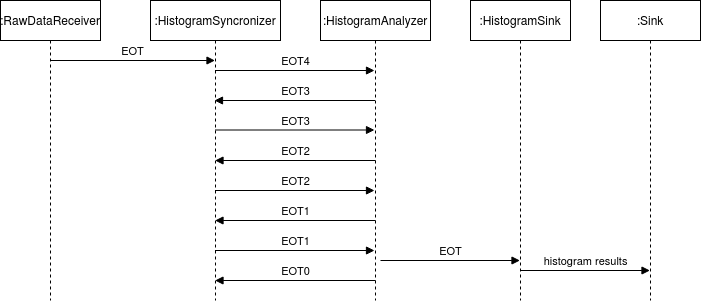
This is diagramas/secuencia hist.png from rozanecm/7574-tp2, a draw.io export, as it was before one commit. Source tidied: cells renumbered, new cells last; positions are measured from the earlier drawing's top-left corner, leaving out a move shared by most shapes. Its diagram source:
```xml
<mxGraphModel>
  <root>
    <mxCell id="0" />
    <mxCell id="1" parent="0" />
    <mxCell id="2" value=":HistogramSyncronizer" style="shape=umlLifeline;perimeter=lifelinePerimeter;whiteSpace=wrap;html=1;outlineConnect=0;" parent="1" vertex="1">
      <mxGeometry x="150" width="130" height="300" as="geometry" />
    </mxCell>
    <mxCell id="3" value=":RawDataReceiver" style="shape=umlLifeline;perimeter=lifelinePerimeter;whiteSpace=wrap;html=1;" parent="1" vertex="1">
      <mxGeometry width="100" height="300" as="geometry" />
    </mxCell>
    <mxCell id="4" value="EOT" style="html=1;verticalAlign=bottom;endArrow=block;" parent="3" edge="1" target="2">
      <mxGeometry relative="1" as="geometry">
        <mxPoint x="50" y="60" as="sourcePoint" />
      </mxGeometry>
    </mxCell>
    <mxCell id="5" value=":HistogramAnalyzer" style="shape=umlLifeline;perimeter=lifelinePerimeter;whiteSpace=wrap;html=1;" parent="1" vertex="1">
      <mxGeometry x="320" width="110" height="300" as="geometry" />
    </mxCell>
    <mxCell id="6" value="EOT3" style="html=1;verticalAlign=bottom;endArrow=block;" parent="1" edge="1">
      <mxGeometry relative="1" as="geometry">
        <mxPoint x="374.5" y="100" as="sourcePoint" />
        <mxPoint x="214" y="100" as="targetPoint" />
      </mxGeometry>
    </mxCell>
    <mxCell id="7" value="EOT2" style="html=1;verticalAlign=bottom;endArrow=block;" parent="1" edge="1">
      <mxGeometry relative="1" as="geometry">
        <mxPoint x="375" y="160" as="sourcePoint" />
        <mxPoint x="214.5" y="160" as="targetPoint" />
      </mxGeometry>
    </mxCell>
    <mxCell id="8" value="EOT1" style="html=1;verticalAlign=bottom;endArrow=block;" parent="1" edge="1">
      <mxGeometry relative="1" as="geometry">
        <mxPoint x="375" y="220" as="sourcePoint" />
        <mxPoint x="214.5" y="220" as="targetPoint" />
      </mxGeometry>
    </mxCell>
    <mxCell id="9" value="EOT0" style="html=1;verticalAlign=bottom;endArrow=block;" parent="1" edge="1">
      <mxGeometry relative="1" as="geometry">
        <mxPoint x="375" y="280" as="sourcePoint" />
        <mxPoint x="214.5" y="280" as="targetPoint" />
      </mxGeometry>
    </mxCell>
    <mxCell id="10" value="EOT4" style="html=1;verticalAlign=bottom;endArrow=block;" parent="1" edge="1">
      <mxGeometry relative="1" as="geometry">
        <mxPoint x="214.5" y="70" as="sourcePoint" />
        <mxPoint x="374" y="70" as="targetPoint" />
      </mxGeometry>
    </mxCell>
    <mxCell id="11" value="EOT3" style="html=1;verticalAlign=bottom;endArrow=block;" parent="1" edge="1">
      <mxGeometry relative="1" as="geometry">
        <mxPoint x="214.5" y="129.5" as="sourcePoint" />
        <mxPoint x="374" y="129.5" as="targetPoint" />
      </mxGeometry>
    </mxCell>
    <mxCell id="12" value="EOT2" style="html=1;verticalAlign=bottom;endArrow=block;" parent="1" edge="1">
      <mxGeometry relative="1" as="geometry">
        <mxPoint x="214.5" y="190" as="sourcePoint" />
        <mxPoint x="374" y="190" as="targetPoint" />
      </mxGeometry>
    </mxCell>
    <mxCell id="13" value="EOT1" style="html=1;verticalAlign=bottom;endArrow=block;" parent="1" edge="1">
      <mxGeometry relative="1" as="geometry">
        <mxPoint x="214.5" y="250" as="sourcePoint" />
        <mxPoint x="374" y="250" as="targetPoint" />
      </mxGeometry>
    </mxCell>
    <mxCell id="14" value=":HistogramSink" style="shape=umlLifeline;perimeter=lifelinePerimeter;whiteSpace=wrap;html=1;outlineConnect=0;" parent="1" vertex="1">
      <mxGeometry x="470" width="100" height="300" as="geometry" />
    </mxCell>
    <mxCell id="15" value="histogram results" style="html=1;verticalAlign=bottom;endArrow=block;" parent="14" edge="1" target="17">
      <mxGeometry relative="1" as="geometry">
        <mxPoint x="50" y="270" as="sourcePoint" />
      </mxGeometry>
    </mxCell>
    <mxCell id="16" value="EOT" style="html=1;verticalAlign=bottom;endArrow=block;" parent="1" edge="1" target="14">
      <mxGeometry relative="1" as="geometry">
        <mxPoint x="380" y="260" as="sourcePoint" />
      </mxGeometry>
    </mxCell>
    <mxCell id="17" value=":Sink" style="shape=umlLifeline;perimeter=lifelinePerimeter;whiteSpace=wrap;html=1;outlineConnect=0;" parent="1" vertex="1">
      <mxGeometry x="600" width="100" height="300" as="geometry" />
    </mxCell>
  </root>
</mxGraphModel>
```
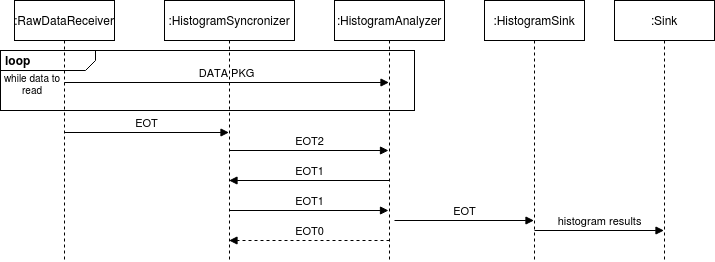
Later version of the same file.

Change to the diagram source:
```diff
@@ -2,83 +2,74 @@
   <root>
     <mxCell id="0" />
     <mxCell id="1" parent="0" />
+    <mxCell id="18" value="&lt;p style=&quot;margin: 0px ; margin-top: 4px ; margin-left: 5px ; text-align: left&quot;&gt;&lt;b&gt;loop&lt;/b&gt; &lt;br&gt;&lt;/p&gt;" style="html=1;shape=mxgraph.sysml.package;overflow=fill;labelX=95;align=left;spacingLeft=5;verticalAlign=top;spacingTop=-3;" parent="1" vertex="1">
+      <mxGeometry x="-14" y="50" width="414" height="60" as="geometry" />
+    </mxCell>
+    <mxCell id="19" value="DATA PKG" style="html=1;verticalAlign=bottom;endArrow=block;" parent="1" edge="1">
+      <mxGeometry relative="1" as="geometry">
+        <mxPoint x="49.8" y="82" as="sourcePoint" />
+        <mxPoint x="374.5" y="82" as="targetPoint" />
+      </mxGeometry>
+    </mxCell>
+    <mxCell id="20" value="while data to read" style="text;html=1;strokeColor=none;fillColor=none;align=center;verticalAlign=middle;whiteSpace=wrap;rounded=0;fontSize=10;" parent="1" vertex="1">
+      <mxGeometry x="-12" y="74" width="60" height="20" as="geometry" />
+    </mxCell>
     <mxCell id="2" value=":HistogramSyncronizer" style="shape=umlLifeline;perimeter=lifelinePerimeter;whiteSpace=wrap;html=1;outlineConnect=0;" parent="1" vertex="1">
-      <mxGeometry x="150" width="130" height="300" as="geometry" />
+      <mxGeometry x="150" width="130" height="260" as="geometry" />
     </mxCell>
     <mxCell id="3" value=":RawDataReceiver" style="shape=umlLifeline;perimeter=lifelinePerimeter;whiteSpace=wrap;html=1;" parent="1" vertex="1">
-      <mxGeometry width="100" height="300" as="geometry" />
+      <mxGeometry width="100" height="260" as="geometry" />
     </mxCell>
-    <mxCell id="4" value="EOT" style="html=1;verticalAlign=bottom;endArrow=block;" parent="3" edge="1" target="2">
+    <mxCell id="4" value="EOT" style="html=1;verticalAlign=bottom;endArrow=block;" parent="3" edge="1">
       <mxGeometry relative="1" as="geometry">
-        <mxPoint x="50" y="60" as="sourcePoint" />
+        <mxPoint x="50" y="132" as="sourcePoint" />
+        <mxPoint x="214.5" y="132" as="targetPoint" />
       </mxGeometry>
     </mxCell>
     <mxCell id="5" value=":HistogramAnalyzer" style="shape=umlLifeline;perimeter=lifelinePerimeter;whiteSpace=wrap;html=1;" parent="1" vertex="1">
-      <mxGeometry x="320" width="110" height="300" as="geometry" />
+      <mxGeometry x="320" width="110" height="260" as="geometry" />
     </mxCell>
-    <mxCell id="6" value="EOT3" style="html=1;verticalAlign=bottom;endArrow=block;" parent="1" edge="1">
-      <mxGeometry relative="1" as="geometry">
-        <mxPoint x="374.5" y="100" as="sourcePoint" />
-        <mxPoint x="214" y="100" as="targetPoint" />
-      </mxGeometry>
-    </mxCell>
-    <mxCell id="7" value="EOT2" style="html=1;verticalAlign=bottom;endArrow=block;" parent="1" edge="1">
-      <mxGeometry relative="1" as="geometry">
-        <mxPoint x="375" y="160" as="sourcePoint" />
-        <mxPoint x="214.5" y="160" as="targetPoint" />
-      </mxGeometry>
-    </mxCell>
     <mxCell id="8" value="EOT1" style="html=1;verticalAlign=bottom;endArrow=block;" parent="1" edge="1">
       <mxGeometry relative="1" as="geometry">
-        <mxPoint x="375" y="220" as="sourcePoint" />
-        <mxPoint x="214.5" y="220" as="targetPoint" />
+        <mxPoint x="375" y="180" as="sourcePoint" />
+        <mxPoint x="214.5" y="180" as="targetPoint" />
       </mxGeometry>
     </mxCell>
-    <mxCell id="9" value="EOT0" style="html=1;verticalAlign=bottom;endArrow=block;" parent="1" edge="1">
+    <mxCell id="9" value="EOT0" style="html=1;verticalAlign=bottom;endArrow=block;dashed=1;" parent="1" edge="1">
       <mxGeometry relative="1" as="geometry">
-        <mxPoint x="375" y="280" as="sourcePoint" />
-        <mxPoint x="214.5" y="280" as="targetPoint" />
+        <mxPoint x="375" y="240" as="sourcePoint" />
+        <mxPoint x="214.5" y="240" as="targetPoint" />
       </mxGeometry>
     </mxCell>
-    <mxCell id="10" value="EOT4" style="html=1;verticalAlign=bottom;endArrow=block;" parent="1" edge="1">
-      <mxGeometry relative="1" as="geometry">
-        <mxPoint x="214.5" y="70" as="sourcePoint" />
-        <mxPoint x="374" y="70" as="targetPoint" />
-      </mxGeometry>
-    </mxCell>
-    <mxCell id="11" value="EOT3" style="html=1;verticalAlign=bottom;endArrow=block;" parent="1" edge="1">
-      <mxGeometry relative="1" as="geometry">
-        <mxPoint x="214.5" y="129.5" as="sourcePoint" />
-        <mxPoint x="374" y="129.5" as="targetPoint" />
-      </mxGeometry>
-    </mxCell>
     <mxCell id="12" value="EOT2" style="html=1;verticalAlign=bottom;endArrow=block;" parent="1" edge="1">
       <mxGeometry relative="1" as="geometry">
-        <mxPoint x="214.5" y="190" as="sourcePoint" />
-        <mxPoint x="374" y="190" as="targetPoint" />
+        <mxPoint x="214.5" y="150" as="sourcePoint" />
+        <mxPoint x="374" y="150" as="targetPoint" />
       </mxGeometry>
     </mxCell>
     <mxCell id="13" value="EOT1" style="html=1;verticalAlign=bottom;endArrow=block;" parent="1" edge="1">
       <mxGeometry relative="1" as="geometry">
-        <mxPoint x="214.5" y="250" as="sourcePoint" />
-        <mxPoint x="374" y="250" as="targetPoint" />
+        <mxPoint x="214.5" y="210" as="sourcePoint" />
+        <mxPoint x="374" y="210" as="targetPoint" />
       </mxGeometry>
     </mxCell>
     <mxCell id="14" value=":HistogramSink" style="shape=umlLifeline;perimeter=lifelinePerimeter;whiteSpace=wrap;html=1;outlineConnect=0;" parent="1" vertex="1">
-      <mxGeometry x="470" width="100" height="300" as="geometry" />
+      <mxGeometry x="470" width="100" height="260" as="geometry" />
     </mxCell>
-    <mxCell id="15" value="histogram results" style="html=1;verticalAlign=bottom;endArrow=block;" parent="14" edge="1" target="17">
+    <mxCell id="15" value="histogram results" style="html=1;verticalAlign=bottom;endArrow=block;" parent="14" edge="1">
       <mxGeometry relative="1" as="geometry">
-        <mxPoint x="50" y="270" as="sourcePoint" />
+        <mxPoint x="50" y="230" as="sourcePoint" />
+        <mxPoint x="179.5" y="230" as="targetPoint" />
       </mxGeometry>
     </mxCell>
-    <mxCell id="16" value="EOT" style="html=1;verticalAlign=bottom;endArrow=block;" parent="1" edge="1" target="14">
+    <mxCell id="16" value="EOT" style="html=1;verticalAlign=bottom;endArrow=block;" parent="1" edge="1">
       <mxGeometry relative="1" as="geometry">
-        <mxPoint x="380" y="260" as="sourcePoint" />
+        <mxPoint x="380" y="220" as="sourcePoint" />
+        <mxPoint x="519.5" y="220" as="targetPoint" />
       </mxGeometry>
     </mxCell>
     <mxCell id="17" value=":Sink" style="shape=umlLifeline;perimeter=lifelinePerimeter;whiteSpace=wrap;html=1;outlineConnect=0;" parent="1" vertex="1">
-      <mxGeometry x="600" width="100" height="300" as="geometry" />
+      <mxGeometry x="600" width="100" height="260" as="geometry" />
     </mxCell>
   </root>
 </mxGraphModel>
```
